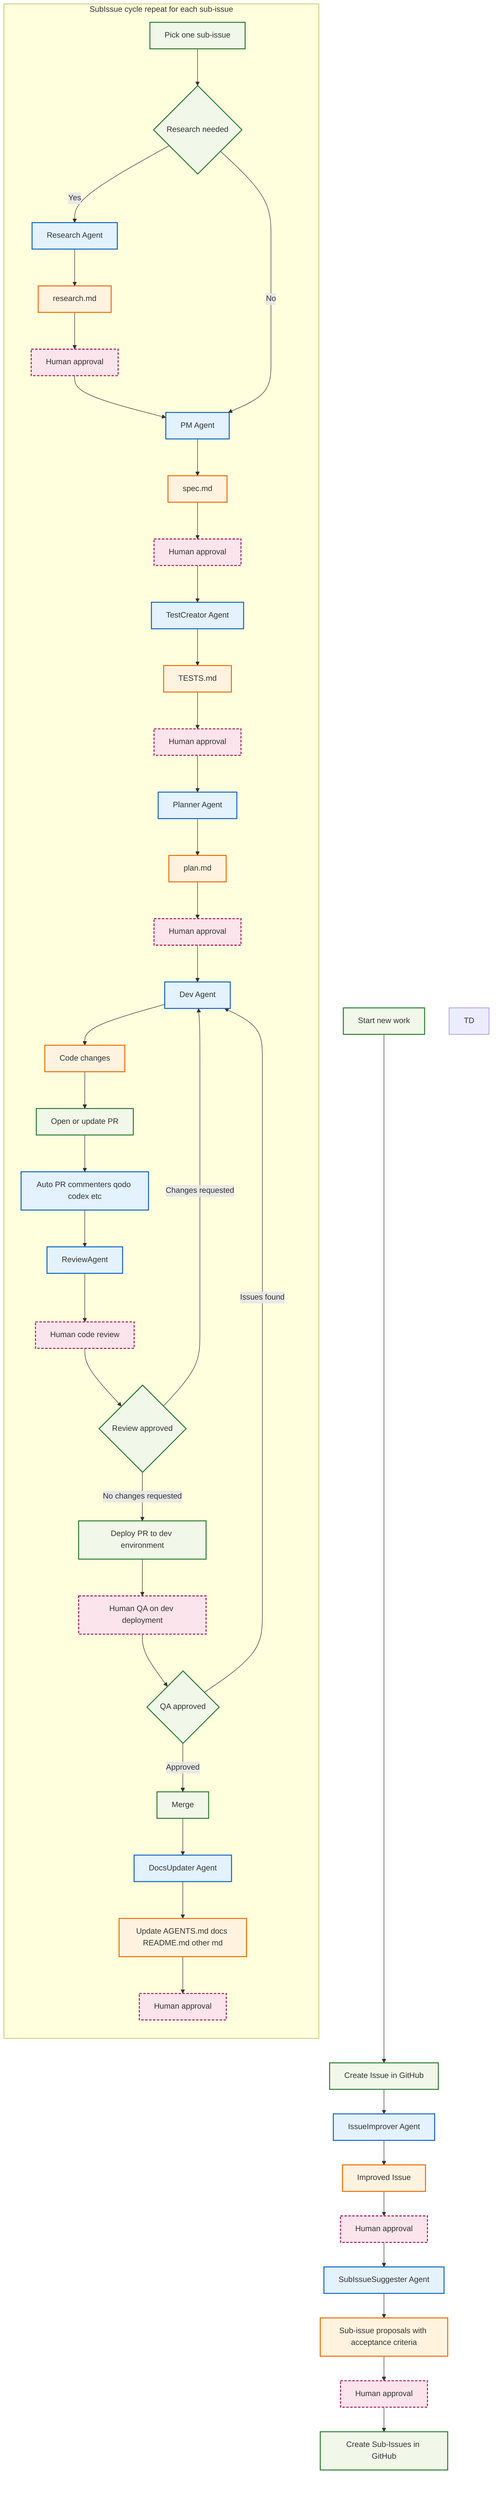
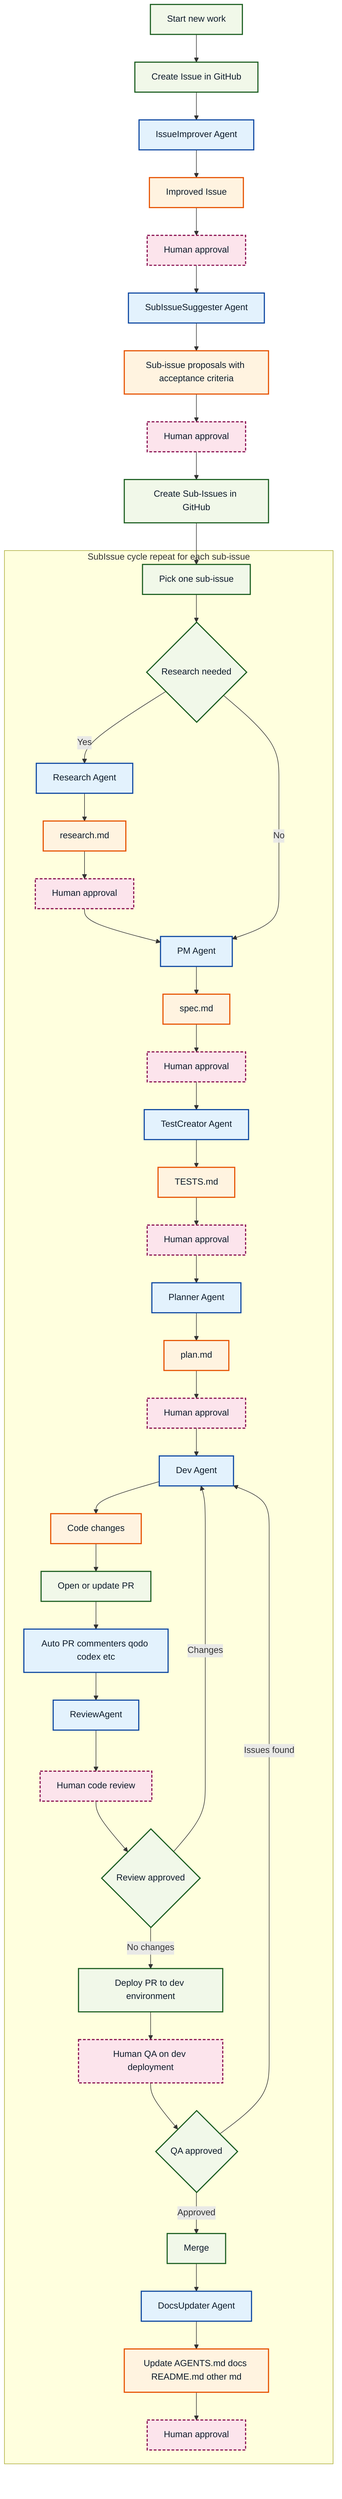
flowchart TD

-   classDef agent fill:#e3f2fd,stroke:#1565c0,stroke-width:2px;
-   classDef task fill:#f1f8e9,stroke:#2e7d32,stroke-width:2px;
-   classDef artifact fill:#fff3e0,stroke:#ef6c00,stroke-width:2px;
-   classDef human fill:#fce4ec,stroke:#ad1457,stroke-width:2px,stroke-dasharray:5 3;
+   classDef agent fill:#e3f2fd,stroke:#0d47a1,color:#0d1b2a,stroke-width:2px;
+   classDef task fill:#f1f8e9,stroke:#1b5e20,color:#0d1b2a,stroke-width:2px;
+   classDef artifact fill:#fff3e0,stroke:#e65100,color:#0d1b2a,stroke-width:2px;
+   classDef human fill:#fce4ec,stroke:#880e4f,color:#0d1b2a,stroke-width:2px,stroke-dasharray:5 3;

  T0[Start new work]:::task
  I0[Create Issue in GitHub]:::task
  A1[IssueImprover Agent]:::agent
  I1[Improved Issue]:::artifact
  H1[Human approval]:::human

  A2[SubIssueSuggester Agent]:::agent
  I2[Sub-issue proposals with acceptance criteria]:::artifact
  H2[Human approval]:::human
  I3[Create Sub-Issues in GitHub]:::task

-   T0 --> I0 --> A1 --> I1 --> H1 --> A2 --> I2 --> H2 --> I3
+   T0 --> I0 --> A1 --> I1 --> H1 --> A2 --> I2 --> H2 --> I3 --> S0

-   subgraph SUBISSUE_CYCLE[SubIssue cycle repeat for each sub-issue]
-     direction TD
- 
+   subgraph SUBISSUE_CYCLE["SubIssue cycle repeat for each sub-issue"]
    S0[Pick one sub-issue]:::task

    R0{Research needed}:::task
    RA[Research Agent]:::agent
    RMD[research.md]:::artifact
    HR[Human approval]:::human

    PM[PM Agent]:::agent
    SMD[spec.md]:::artifact
    HS[Human approval]:::human

    TC[TestCreator Agent]:::agent
    TMD[TESTS.md]:::artifact
    HT[Human approval]:::human

    PL[Planner Agent]:::agent
    PMD[plan.md]:::artifact
    HP[Human approval]:::human

    DEV[Dev Agent]:::agent
    CODE[Code changes]:::artifact

    PR[Open or update PR]:::task

    APR[Auto PR commenters qodo codex etc]:::agent
    RAG[ReviewAgent]:::agent
    HREV[Human code review]:::human
    REVLOOP{Review approved}:::task

    QAENV[Deploy PR to dev environment]:::task
    HQA[Human QA on dev deployment]:::human
    QAOK{QA approved}:::task

    MERGE[Merge]:::task

    DOC[DocsUpdater Agent]:::agent
    DOCS[Update AGENTS.md docs README.md other md]:::artifact
    HD[Human approval]:::human

    S0 --> R0
    R0 -->|Yes| RA --> RMD --> HR --> PM
    R0 -->|No| PM

    PM --> SMD --> HS --> TC --> TMD --> HT --> PL --> PMD --> HP --> DEV --> CODE --> PR

    PR --> APR --> RAG --> HREV --> REVLOOP
-     REVLOOP -->|No changes requested| QAENV
-     REVLOOP -->|Changes requested| DEV
+     REVLOOP -->|No changes| QAENV
+     REVLOOP -->|Changes| DEV

    QAENV --> HQA --> QAOK
    QAOK -->|Approved| MERGE
    QAOK -->|Issues found| DEV

    MERGE --> DOC --> DOCS --> HD
  end
- TD